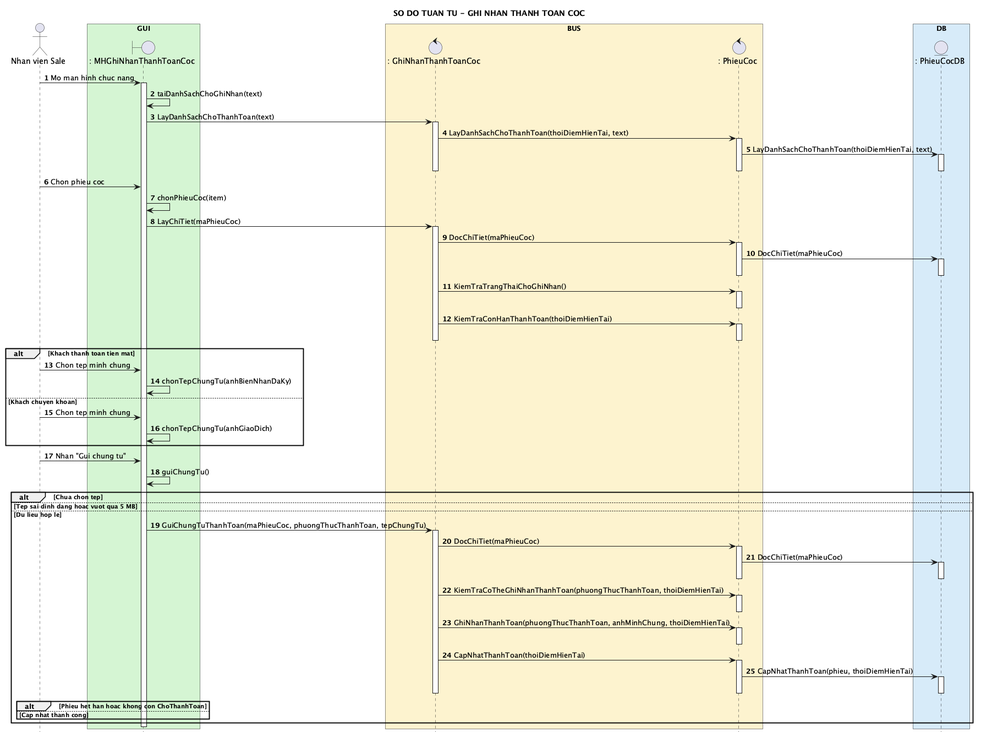
Ming1309/HomeStay-Dorm keeps this PlantUML diagram as diagram/png/ghi-nhan-thanh-toan-coc-sequence.png. Above is the earlier version. Its diagram source:
```plantuml
@startuml
title SO DO TUAN TU - GHI NHAN THANH TOAN COC

hide footbox
autonumber 1 1
skinparam shadowing false

actor "Nhan vien Sale" as NV

box "GUI" #D5F5D3
boundary ": MHGhiNhanThanhToanCoc" as MH
end box

box "BUS" #FCF3CF
control ": GhiNhanThanhToanCoc" as GNTT
control ": PhieuCoc" as PC
end box

box "DB" #D6EAF8
entity ": PhieuCocDB" as PCDB
end box

NV -> MH : Mo man hinh chuc nang
activate MH
MH -> MH : taiDanhSachChoGhiNhan(text)
MH -> GNTT : LayDanhSachChoThanhToan(text)
activate GNTT
GNTT -> PC : LayDanhSachChoThanhToan(thoiDiemHienTai, text)
activate PC
PC -> PCDB : LayDanhSachChoThanhToan(thoiDiemHienTai, text)
activate PCDB

deactivate PCDB
deactivate PC
deactivate GNTT
NV -> MH : Chon phieu coc
MH -> MH : chonPhieuCoc(item)
MH -> GNTT : LayChiTiet(maPhieuCoc)
activate GNTT
GNTT -> PC : DocChiTiet(maPhieuCoc)
activate PC
PC -> PCDB : DocChiTiet(maPhieuCoc)
activate PCDB
deactivate PCDB
deactivate PC
GNTT -> PC : KiemTraTrangThaiChoGhiNhan()
activate PC
deactivate PC
GNTT -> PC : KiemTraConHanThanhToan(thoiDiemHienTai)
activate PC

alt Khach thanh toan tien mat
deactivate PC
deactivate GNTT
  NV -> MH : Chon tep minh chung
  MH -> MH : chonTepChungTu(anhBienNhanDaKy)
else Khach chuyen khoan
  NV -> MH : Chon tep minh chung
  MH -> MH : chonTepChungTu(anhGiaoDich)
end

NV -> MH : Nhan "Gui chung tu"
MH -> MH : guiChungTu()
alt Chua chon tep
else Tep sai dinh dang hoac vuot qua 5 MB
else Du lieu hop le
  MH -> GNTT : GuiChungTuThanhToan(maPhieuCoc, phuongThucThanhToan, tepChungTu)
  activate GNTT
  GNTT -> PC : DocChiTiet(maPhieuCoc)
  activate PC
  PC -> PCDB : DocChiTiet(maPhieuCoc)
  activate PCDB
deactivate PCDB
deactivate PC
  GNTT -> PC : KiemTraCoTheGhiNhanThanhToan(phuongThucThanhToan, thoiDiemHienTai)
  activate PC
deactivate PC
  GNTT -> PC : GhiNhanThanhToan(phuongThucThanhToan, anhMinhChung, thoiDiemHienTai)
  activate PC
deactivate PC
  GNTT -> PC : CapNhatThanhToan(thoiDiemHienTai)
  activate PC
  PC -> PCDB : CapNhatThanhToan(phieu, thoiDiemHienTai)
  activate PCDB
  alt Phieu het han hoac khong con ChoThanhToan
deactivate PCDB
deactivate PC
deactivate GNTT
  else Cap nhat thanh cong
  end
end

deactivate MH
@enduml
```
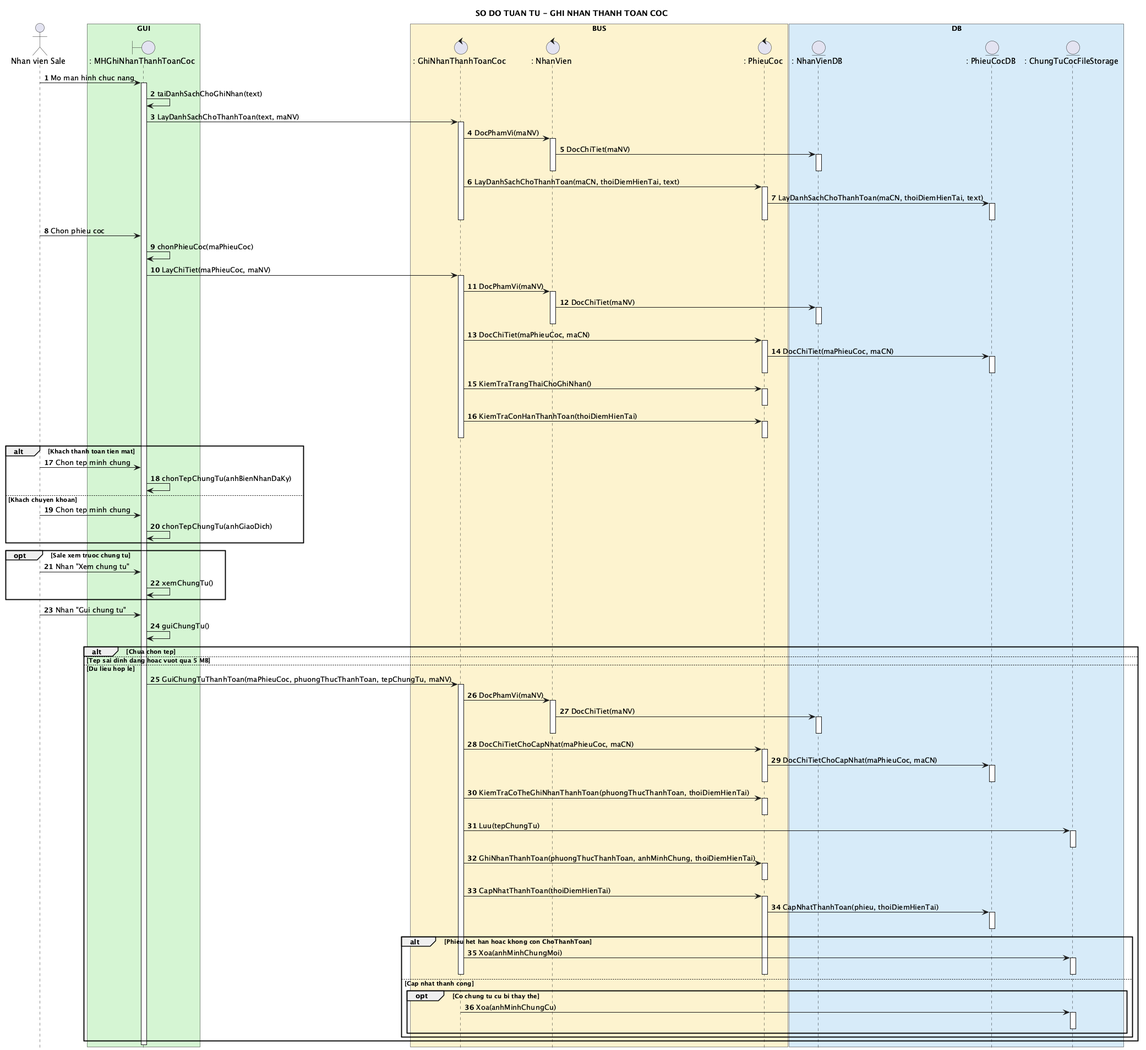
The same file after the commit.

The edit, as a diff of the source:
```diff
@@ -5,7 +5,7 @@
 autonumber 1 1
 skinparam shadowing false
 
-actor "Nhan vien Sale" as NV
+actor "Nhan vien Sale" as Sale
 
 box "GUI" #D5F5D3
 boundary ": MHGhiNhanThanhToanCoc" as MH
@@ -13,33 +13,48 @@
 
 box "BUS" #FCF3CF
 control ": GhiNhanThanhToanCoc" as GNTT
+control ": NhanVien" as NV
 control ": PhieuCoc" as PC
 end box
 
 box "DB" #D6EAF8
+entity ": NhanVienDB" as NVDB
 entity ": PhieuCocDB" as PCDB
+entity ": ChungTuCocFileStorage" as Storage
 end box
 
-NV -> MH : Mo man hinh chuc nang
+Sale -> MH : Mo man hinh chuc nang
 activate MH
 MH -> MH : taiDanhSachChoGhiNhan(text)
-MH -> GNTT : LayDanhSachChoThanhToan(text)
+MH -> GNTT : LayDanhSachChoThanhToan(text, maNV)
 activate GNTT
-GNTT -> PC : LayDanhSachChoThanhToan(thoiDiemHienTai, text)
+GNTT -> NV : DocPhamVi(maNV)
+activate NV
+NV -> NVDB : DocChiTiet(maNV)
+activate NVDB
+deactivate NVDB
+deactivate NV
+GNTT -> PC : LayDanhSachChoThanhToan(maCN, thoiDiemHienTai, text)
 activate PC
-PC -> PCDB : LayDanhSachChoThanhToan(thoiDiemHienTai, text)
+PC -> PCDB : LayDanhSachChoThanhToan(maCN, thoiDiemHienTai, text)
 activate PCDB
 
 deactivate PCDB
 deactivate PC
 deactivate GNTT
-NV -> MH : Chon phieu coc
-MH -> MH : chonPhieuCoc(item)
-MH -> GNTT : LayChiTiet(maPhieuCoc)
+Sale -> MH : Chon phieu coc
+MH -> MH : chonPhieuCoc(maPhieuCoc)
+MH -> GNTT : LayChiTiet(maPhieuCoc, maNV)
 activate GNTT
-GNTT -> PC : DocChiTiet(maPhieuCoc)
+GNTT -> NV : DocPhamVi(maNV)
+activate NV
+NV -> NVDB : DocChiTiet(maNV)
+activate NVDB
+deactivate NVDB
+deactivate NV
+GNTT -> PC : DocChiTiet(maPhieuCoc, maCN)
 activate PC
-PC -> PCDB : DocChiTiet(maPhieuCoc)
+PC -> PCDB : DocChiTiet(maPhieuCoc, maCN)
 activate PCDB
 deactivate PCDB
 deactivate PC
@@ -52,29 +67,43 @@
 alt Khach thanh toan tien mat
 deactivate PC
 deactivate GNTT
-  NV -> MH : Chon tep minh chung
+  Sale -> MH : Chon tep minh chung
   MH -> MH : chonTepChungTu(anhBienNhanDaKy)
 else Khach chuyen khoan
-  NV -> MH : Chon tep minh chung
+  Sale -> MH : Chon tep minh chung
   MH -> MH : chonTepChungTu(anhGiaoDich)
 end
 
-NV -> MH : Nhan "Gui chung tu"
+opt Sale xem truoc chung tu
+  Sale -> MH : Nhan "Xem chung tu"
+  MH -> MH : xemChungTu()
+end
+
+Sale -> MH : Nhan "Gui chung tu"
 MH -> MH : guiChungTu()
 alt Chua chon tep
 else Tep sai dinh dang hoac vuot qua 5 MB
 else Du lieu hop le
-  MH -> GNTT : GuiChungTuThanhToan(maPhieuCoc, phuongThucThanhToan, tepChungTu)
+  MH -> GNTT : GuiChungTuThanhToan(maPhieuCoc, phuongThucThanhToan, tepChungTu, maNV)
   activate GNTT
-  GNTT -> PC : DocChiTiet(maPhieuCoc)
+  GNTT -> NV : DocPhamVi(maNV)
+  activate NV
+  NV -> NVDB : DocChiTiet(maNV)
+  activate NVDB
+  deactivate NVDB
+  deactivate NV
+  GNTT -> PC : DocChiTietChoCapNhat(maPhieuCoc, maCN)
   activate PC
-  PC -> PCDB : DocChiTiet(maPhieuCoc)
+  PC -> PCDB : DocChiTietChoCapNhat(maPhieuCoc, maCN)
   activate PCDB
 deactivate PCDB
 deactivate PC
   GNTT -> PC : KiemTraCoTheGhiNhanThanhToan(phuongThucThanhToan, thoiDiemHienTai)
   activate PC
 deactivate PC
+  GNTT -> Storage : Luu(tepChungTu)
+  activate Storage
+  deactivate Storage
   GNTT -> PC : GhiNhanThanhToan(phuongThucThanhToan, anhMinhChung, thoiDiemHienTai)
   activate PC
 deactivate PC
@@ -84,9 +113,17 @@
   activate PCDB
   alt Phieu het han hoac khong con ChoThanhToan
 deactivate PCDB
+    GNTT -> Storage : Xoa(anhMinhChungMoi)
+    activate Storage
+    deactivate Storage
 deactivate PC
 deactivate GNTT
   else Cap nhat thanh cong
+    opt Co chung tu cu bi thay the
+      GNTT -> Storage : Xoa(anhMinhChungCu)
+      activate Storage
+      deactivate Storage
+    end
   end
 end
 
```
